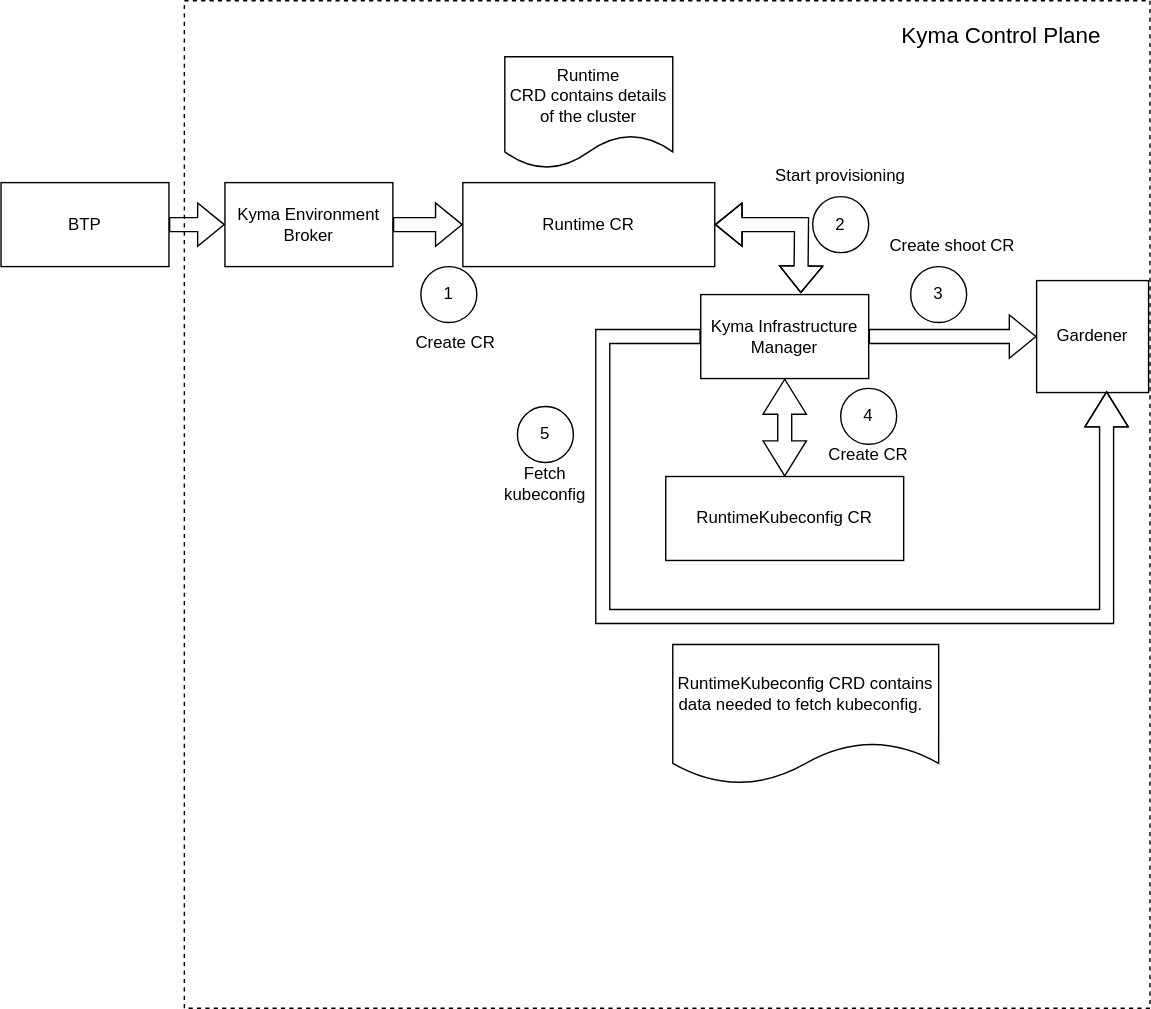
m00g3n/cluster-inventory keeps this draw.io diagram as docs/adrs/assets/keb-kim-target-arch.drawio.svg. Above is the earlier version. Source tidied: cells renumbered, new cells last; positions are measured from the earlier drawing's top-left corner, leaving out a move shared by most shapes.
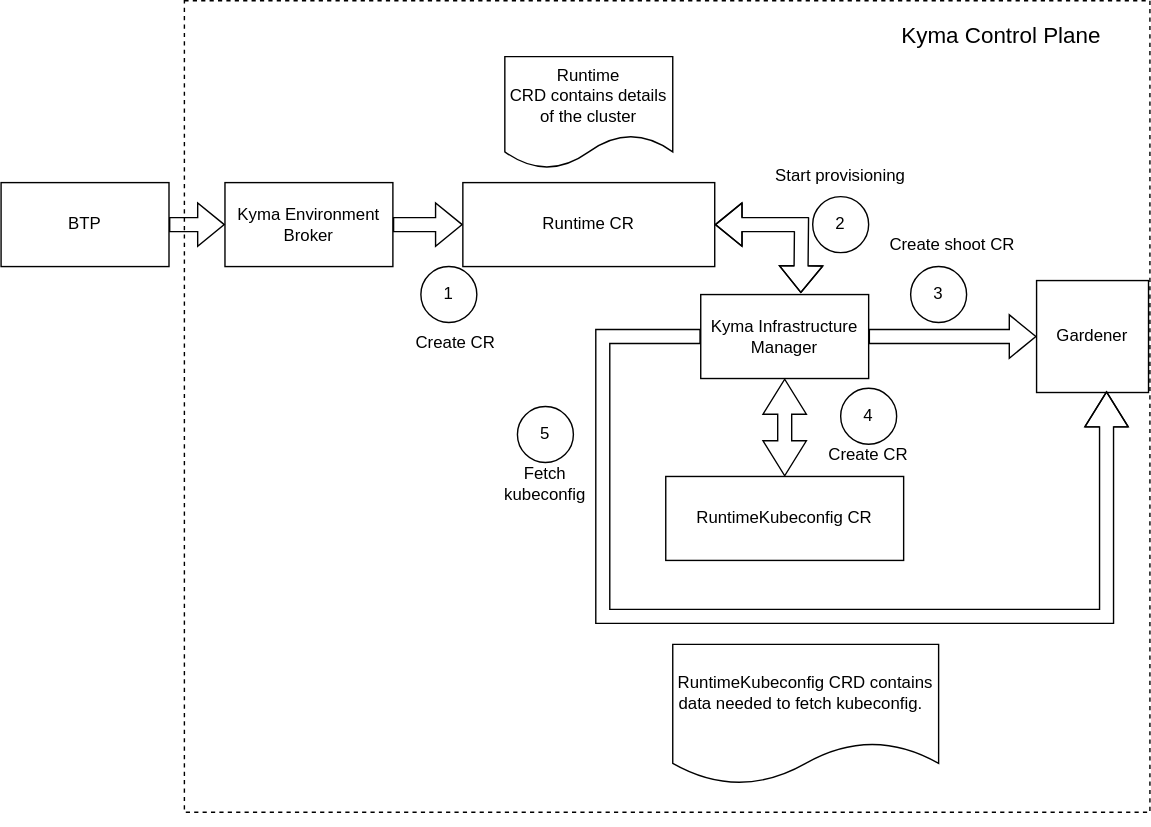
Later version of the same file.

The edit, as a diff of the source:
```diff
@@ -3,7 +3,7 @@
     <mxCell id="0" />
     <mxCell id="1" parent="0" />
     <mxCell id="2" style="rounded=0;whiteSpace=wrap;html=1;dashed=1;" parent="1" vertex="1">
-      <mxGeometry x="131" width="690" height="720" as="geometry" />
+      <mxGeometry x="131" width="690" height="580" as="geometry" />
     </mxCell>
     <mxCell id="3" value="Kyma Environment Broker" style="rounded=0;whiteSpace=wrap;html=1;" parent="1" vertex="1">
       <mxGeometry x="160" y="130" width="120" height="60" as="geometry" />
@@ -98,5 +98,8 @@
     <mxCell id="28" value="Runtime CR" style="rounded=0;whiteSpace=wrap;html=1;" parent="1" vertex="1">
       <mxGeometry x="330" y="130" width="180" height="60" as="geometry" />
     </mxCell>
+    <mxCell id="29" style="edgeStyle=none;curved=1;rounded=0;orthogonalLoop=1;jettySize=auto;html=1;exitX=0.5;exitY=1;exitDx=0;exitDy=0;fontSize=12;startSize=8;endSize=8;" parent="1" edge="1" source="2" target="2">
+      <mxGeometry relative="1" as="geometry" />
+    </mxCell>
   </root>
 </mxGraphModel>
```
